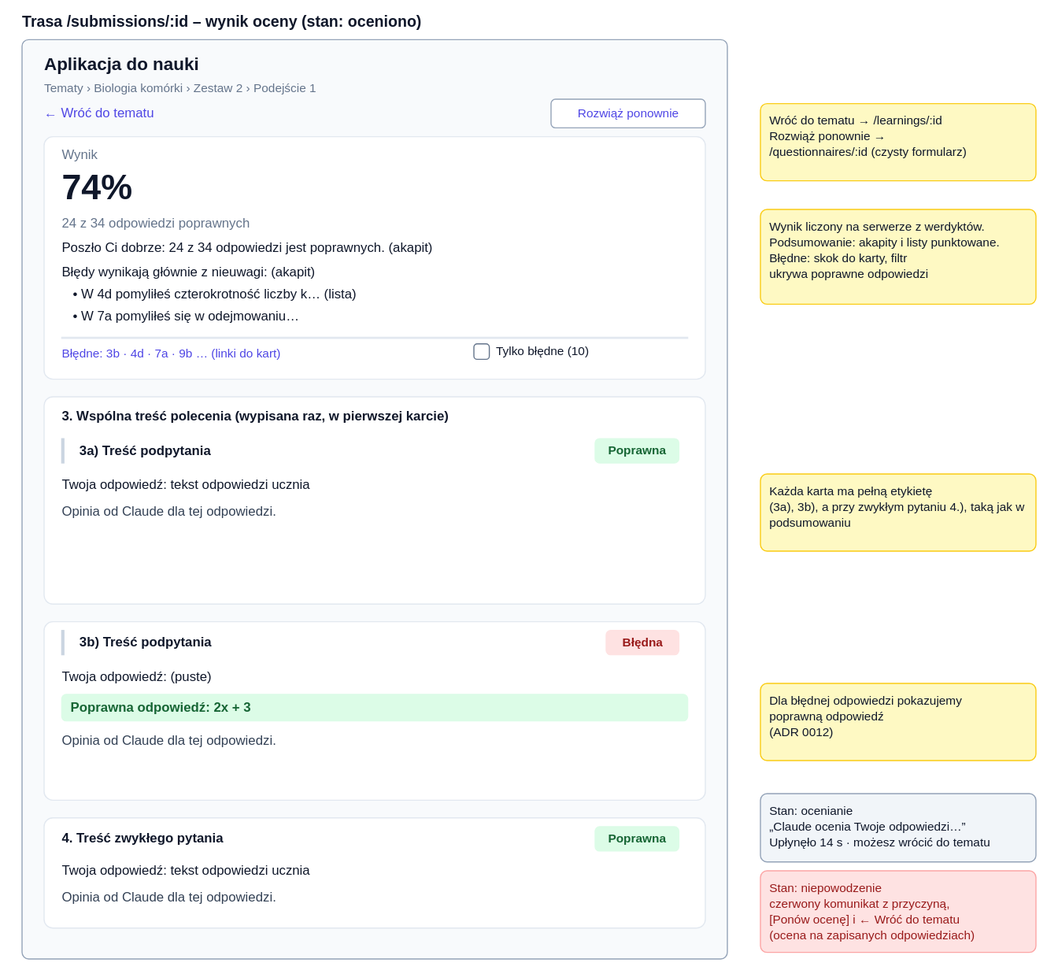
The draw.io diagram docs/diagrams/page-submission.drawio.svg in ppawlik/learning_app, before a commit. Source tidied: cells renumbered, new cells last; positions are measured from the earlier drawing's top-left corner, leaving out a move shared by most shapes.
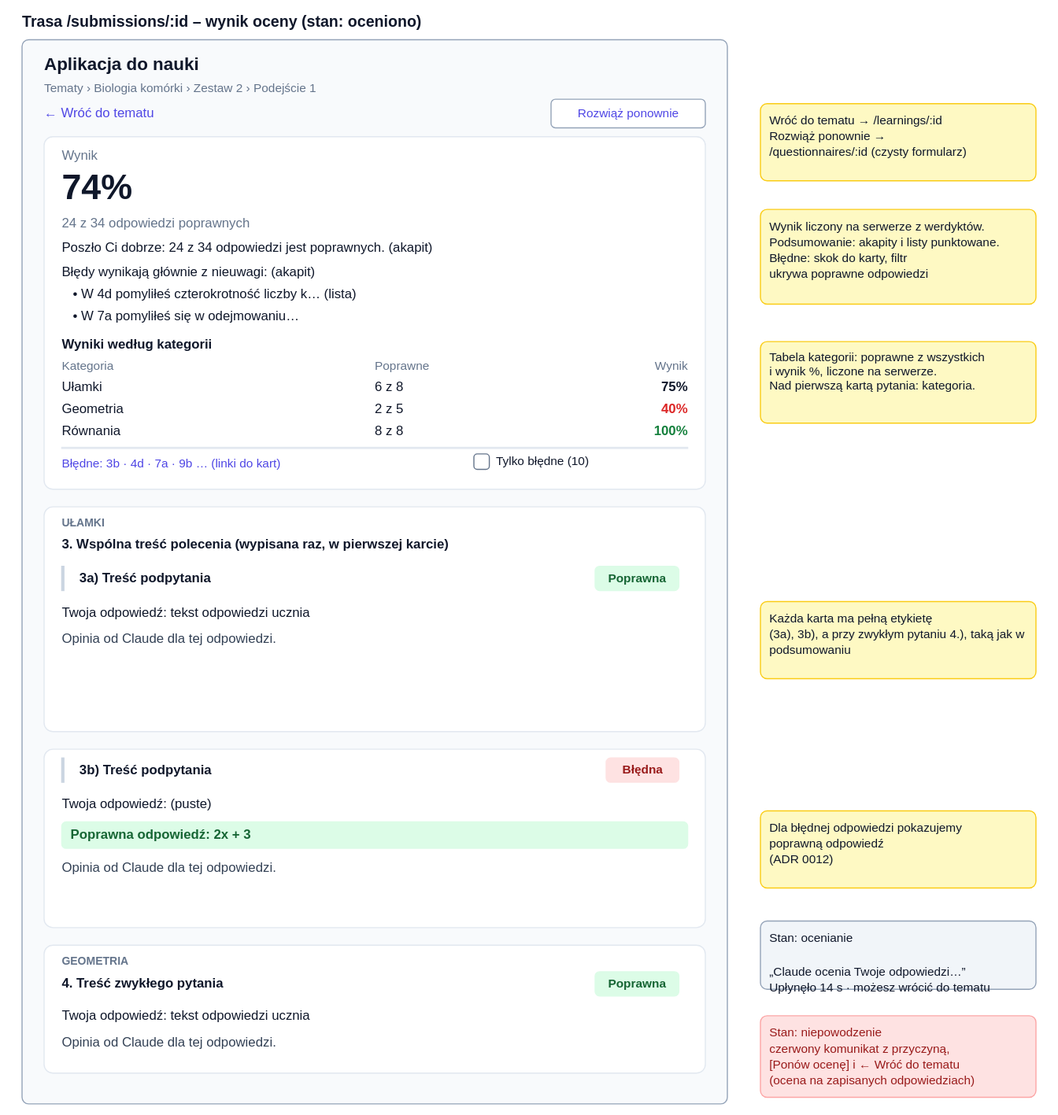
Above is the later version.

Commit message:
Update topic and submission page diagrams for categories

What changed in the source:
```diff
@@ -6,7 +6,7 @@
       <mxGeometry width="640" height="24" as="geometry" />
     </mxCell>
     <mxCell id="3" style="whiteSpace=wrap;html=0;rounded=1;absoluteArcSize=1;arcSize=12;fillColor=#f8fafc;strokeColor=#94a3b8;strokeWidth=1;fontSize=12;fontColor=#0f172a;align=center;verticalAlign=middle;spacingLeft=10;spacingRight=10;spacingTop=0;" parent="1" vertex="1">
-      <mxGeometry y="28" width="640" height="834" as="geometry" />
+      <mxGeometry y="28" width="640" height="966" as="geometry" />
     </mxCell>
     <mxCell id="4" value="Aplikacja do nauki" style="whiteSpace=wrap;html=0;fillColor=none;strokeColor=none;fontSize=16;fontColor=#0f172a;align=left;verticalAlign=middle;spacingLeft=0;spacingRight=0;spacingTop=0;fontStyle=1;" parent="1" vertex="1">
       <mxGeometry x="20" y="38" width="300" height="26" as="geometry" />
@@ -21,7 +21,7 @@
       <mxGeometry x="480" y="82" width="140" height="26" as="geometry" />
     </mxCell>
     <mxCell id="8" style="whiteSpace=wrap;html=0;rounded=1;absoluteArcSize=1;arcSize=16;fillColor=#ffffff;strokeColor=#e2e8f0;strokeWidth=1;fontSize=12;fontColor=#0f172a;align=center;verticalAlign=middle;spacingLeft=10;spacingRight=10;spacingTop=0;" parent="1" vertex="1">
-      <mxGeometry x="20" y="116" width="600" height="220" as="geometry" />
+      <mxGeometry x="20" y="116" width="600" height="320" as="geometry" />
     </mxCell>
     <mxCell id="9" value="Wynik" style="whiteSpace=wrap;html=0;fillColor=none;strokeColor=none;fontSize=12;fontColor=#64748b;align=left;verticalAlign=middle;spacingLeft=0;spacingRight=0;spacingTop=0;" parent="1" vertex="1">
       <mxGeometry x="36" y="124" width="300" height="18" as="geometry" />
@@ -45,73 +45,73 @@
       <mxGeometry x="46" y="270" width="560" height="18" as="geometry" />
     </mxCell>
     <mxCell id="16" style="whiteSpace=wrap;html=0;rounded=0;absoluteArcSize=1;arcSize=0;fillColor=#e2e8f0;strokeColor=#e2e8f0;strokeWidth=1;fontSize=12;fontColor=#0f172a;align=center;verticalAlign=middle;spacingLeft=10;spacingRight=10;spacingTop=0;" parent="1" vertex="1">
-      <mxGeometry x="36" y="298" width="568" height="1" as="geometry" />
+      <mxGeometry x="36" y="398" width="568" height="1" as="geometry" />
     </mxCell>
     <mxCell id="17" value="Błędne:  3b · 4d · 7a · 9b …  (linki do kart)" style="whiteSpace=wrap;html=0;fillColor=none;strokeColor=none;fontSize=11;fontColor=#4f46e5;align=left;verticalAlign=middle;spacingLeft=0;spacingRight=0;spacingTop=0;" parent="1" vertex="1">
-      <mxGeometry x="36" y="304" width="360" height="18" as="geometry" />
+      <mxGeometry x="36" y="404" width="360" height="18" as="geometry" />
     </mxCell>
     <mxCell id="18" style="whiteSpace=wrap;html=0;rounded=1;absoluteArcSize=1;arcSize=6;fillColor=#ffffff;strokeColor=#64748b;strokeWidth=1;fontSize=12;fontColor=#0f172a;align=center;verticalAlign=middle;spacingLeft=10;spacingRight=10;spacingTop=0;" parent="1" vertex="1">
-      <mxGeometry x="410" y="304" width="14" height="14" as="geometry" />
+      <mxGeometry x="410" y="404" width="14" height="14" as="geometry" />
     </mxCell>
     <mxCell id="19" value="Tylko błędne (10)" style="whiteSpace=wrap;html=0;fillColor=none;strokeColor=none;fontSize=11;fontColor=#0f172a;align=left;verticalAlign=middle;spacingLeft=0;spacingRight=0;spacingTop=0;" parent="1" vertex="1">
-      <mxGeometry x="430" y="302" width="180" height="18" as="geometry" />
+      <mxGeometry x="430" y="402" width="180" height="18" as="geometry" />
     </mxCell>
     <mxCell id="20" style="whiteSpace=wrap;html=0;rounded=1;absoluteArcSize=1;arcSize=16;fillColor=#ffffff;strokeColor=#e2e8f0;strokeWidth=1;fontSize=12;fontColor=#0f172a;align=center;verticalAlign=middle;spacingLeft=10;spacingRight=10;spacingTop=0;" parent="1" vertex="1">
-      <mxGeometry x="20" y="352" width="600" height="188" as="geometry" />
+      <mxGeometry x="20" y="452" width="600" height="204" as="geometry" />
     </mxCell>
     <mxCell id="21" value="3. Wspólna treść polecenia  (wypisana raz, w pierwszej karcie)" style="whiteSpace=wrap;html=0;fillColor=none;strokeColor=none;fontSize=12;fontColor=#0f172a;align=left;verticalAlign=middle;spacingLeft=0;spacingRight=0;spacingTop=0;fontStyle=1;" parent="1" vertex="1">
-      <mxGeometry x="36" y="360" width="560" height="20" as="geometry" />
+      <mxGeometry x="36" y="476" width="560" height="20" as="geometry" />
     </mxCell>
     <mxCell id="22" style="whiteSpace=wrap;html=0;rounded=0;absoluteArcSize=1;arcSize=0;fillColor=#cbd5e1;strokeColor=#cbd5e1;strokeWidth=1;fontSize=12;fontColor=#0f172a;align=center;verticalAlign=middle;spacingLeft=10;spacingRight=10;spacingTop=0;" parent="1" vertex="1">
-      <mxGeometry x="36" y="390" width="2" height="22" as="geometry" />
+      <mxGeometry x="36" y="506" width="2" height="22" as="geometry" />
     </mxCell>
     <mxCell id="23" value="3a)  Treść podpytania" style="whiteSpace=wrap;html=0;fillColor=none;strokeColor=none;fontSize=12;fontColor=#0f172a;align=left;verticalAlign=middle;spacingLeft=0;spacingRight=0;spacingTop=0;fontStyle=1;" parent="1" vertex="1">
-      <mxGeometry x="52" y="390" width="420" height="22" as="geometry" />
+      <mxGeometry x="52" y="506" width="420" height="22" as="geometry" />
     </mxCell>
     <mxCell id="24" value="Poprawna" style="whiteSpace=wrap;html=0;rounded=1;absoluteArcSize=1;arcSize=8;fillColor=#dcfce7;strokeColor=#dcfce7;strokeWidth=1;fontSize=11;fontColor=#166534;align=center;verticalAlign=middle;spacingLeft=10;spacingRight=10;spacingTop=0;fontStyle=1;" parent="1" vertex="1">
-      <mxGeometry x="520" y="390" width="76" height="22" as="geometry" />
+      <mxGeometry x="520" y="506" width="76" height="22" as="geometry" />
     </mxCell>
     <mxCell id="25" value="Twoja odpowiedź: tekst odpowiedzi ucznia" style="whiteSpace=wrap;html=0;fillColor=none;strokeColor=none;fontSize=12;fontColor=#0f172a;align=left;verticalAlign=middle;spacingLeft=0;spacingRight=0;spacingTop=0;" parent="1" vertex="1">
-      <mxGeometry x="36" y="422" width="560" height="20" as="geometry" />
+      <mxGeometry x="36" y="538" width="560" height="20" as="geometry" />
     </mxCell>
     <mxCell id="26" value="Opinia od Claude dla tej odpowiedzi." style="whiteSpace=wrap;html=0;fillColor=none;strokeColor=none;fontSize=12;fontColor=#334155;align=left;verticalAlign=middle;spacingLeft=0;spacingRight=0;spacingTop=0;" parent="1" vertex="1">
-      <mxGeometry x="36" y="446" width="560" height="20" as="geometry" />
+      <mxGeometry x="36" y="562" width="560" height="20" as="geometry" />
     </mxCell>
     <mxCell id="27" style="whiteSpace=wrap;html=0;rounded=1;absoluteArcSize=1;arcSize=16;fillColor=#ffffff;strokeColor=#e2e8f0;strokeWidth=1;fontSize=12;fontColor=#0f172a;align=center;verticalAlign=middle;spacingLeft=10;spacingRight=10;spacingTop=0;" parent="1" vertex="1">
-      <mxGeometry x="20" y="556" width="600" height="162" as="geometry" />
+      <mxGeometry x="20" y="672" width="600" height="162" as="geometry" />
     </mxCell>
     <mxCell id="28" style="whiteSpace=wrap;html=0;rounded=0;absoluteArcSize=1;arcSize=0;fillColor=#cbd5e1;strokeColor=#cbd5e1;strokeWidth=1;fontSize=12;fontColor=#0f172a;align=center;verticalAlign=middle;spacingLeft=10;spacingRight=10;spacingTop=0;" parent="1" vertex="1">
-      <mxGeometry x="36" y="564" width="2" height="22" as="geometry" />
+      <mxGeometry x="36" y="680" width="2" height="22" as="geometry" />
     </mxCell>
     <mxCell id="29" value="3b)  Treść podpytania" style="whiteSpace=wrap;html=0;fillColor=none;strokeColor=none;fontSize=12;fontColor=#0f172a;align=left;verticalAlign=middle;spacingLeft=0;spacingRight=0;spacingTop=0;fontStyle=1;" parent="1" vertex="1">
-      <mxGeometry x="52" y="564" width="420" height="22" as="geometry" />
+      <mxGeometry x="52" y="680" width="420" height="22" as="geometry" />
     </mxCell>
     <mxCell id="30" value="Błędna" style="whiteSpace=wrap;html=0;rounded=1;absoluteArcSize=1;arcSize=8;fillColor=#fee2e2;strokeColor=#fee2e2;strokeWidth=1;fontSize=11;fontColor=#991b1b;align=center;verticalAlign=middle;spacingLeft=10;spacingRight=10;spacingTop=0;fontStyle=1;" parent="1" vertex="1">
-      <mxGeometry x="530" y="564" width="66" height="22" as="geometry" />
+      <mxGeometry x="530" y="680" width="66" height="22" as="geometry" />
     </mxCell>
     <mxCell id="31" value="Twoja odpowiedź: (puste)" style="whiteSpace=wrap;html=0;fillColor=none;strokeColor=none;fontSize=12;fontColor=#0f172a;align=left;verticalAlign=middle;spacingLeft=0;spacingRight=0;spacingTop=0;" parent="1" vertex="1">
-      <mxGeometry x="36" y="596" width="560" height="20" as="geometry" />
+      <mxGeometry x="36" y="712" width="560" height="20" as="geometry" />
     </mxCell>
     <mxCell id="32" value="Poprawna odpowiedź: 2x + 3" style="whiteSpace=wrap;html=0;rounded=1;absoluteArcSize=1;arcSize=8;fillColor=#dcfce7;strokeColor=#dcfce7;strokeWidth=1;fontSize=12;fontColor=#166534;align=left;verticalAlign=middle;spacingLeft=8;spacingRight=8;spacingTop=0;fontStyle=1;" parent="1" vertex="1">
-      <mxGeometry x="36" y="622" width="568" height="24" as="geometry" />
+      <mxGeometry x="36" y="738" width="568" height="24" as="geometry" />
     </mxCell>
     <mxCell id="33" value="Opinia od Claude dla tej odpowiedzi." style="whiteSpace=wrap;html=0;fillColor=none;strokeColor=none;fontSize=12;fontColor=#334155;align=left;verticalAlign=middle;spacingLeft=0;spacingRight=0;spacingTop=0;" parent="1" vertex="1">
-      <mxGeometry x="36" y="654" width="560" height="20" as="geometry" />
+      <mxGeometry x="36" y="770" width="560" height="20" as="geometry" />
     </mxCell>
     <mxCell id="34" style="whiteSpace=wrap;html=0;rounded=1;absoluteArcSize=1;arcSize=16;fillColor=#ffffff;strokeColor=#e2e8f0;strokeWidth=1;fontSize=12;fontColor=#0f172a;align=center;verticalAlign=middle;spacingLeft=10;spacingRight=10;spacingTop=0;" parent="1" vertex="1">
-      <mxGeometry x="20" y="734" width="600" height="100" as="geometry" />
+      <mxGeometry x="20" y="850" width="600" height="116" as="geometry" />
     </mxCell>
     <mxCell id="35" value="4.  Treść zwykłego pytania" style="whiteSpace=wrap;html=0;fillColor=none;strokeColor=none;fontSize=12;fontColor=#0f172a;align=left;verticalAlign=middle;spacingLeft=0;spacingRight=0;spacingTop=0;fontStyle=1;" parent="1" vertex="1">
-      <mxGeometry x="36" y="742" width="420" height="22" as="geometry" />
+      <mxGeometry x="36" y="874" width="420" height="22" as="geometry" />
     </mxCell>
     <mxCell id="36" value="Poprawna" style="whiteSpace=wrap;html=0;rounded=1;absoluteArcSize=1;arcSize=8;fillColor=#dcfce7;strokeColor=#dcfce7;strokeWidth=1;fontSize=11;fontColor=#166534;align=center;verticalAlign=middle;spacingLeft=10;spacingRight=10;spacingTop=0;fontStyle=1;" parent="1" vertex="1">
-      <mxGeometry x="520" y="742" width="76" height="22" as="geometry" />
+      <mxGeometry x="520" y="874" width="76" height="22" as="geometry" />
     </mxCell>
     <mxCell id="37" value="Twoja odpowiedź: tekst odpowiedzi ucznia" style="whiteSpace=wrap;html=0;fillColor=none;strokeColor=none;fontSize=12;fontColor=#0f172a;align=left;verticalAlign=middle;spacingLeft=0;spacingRight=0;spacingTop=0;" parent="1" vertex="1">
-      <mxGeometry x="36" y="772" width="560" height="20" as="geometry" />
+      <mxGeometry x="36" y="904" width="560" height="20" as="geometry" />
     </mxCell>
     <mxCell id="38" value="Opinia od Claude dla tej odpowiedzi." style="whiteSpace=wrap;html=0;fillColor=none;strokeColor=none;fontSize=12;fontColor=#334155;align=left;verticalAlign=middle;spacingLeft=0;spacingRight=0;spacingTop=0;" parent="1" vertex="1">
-      <mxGeometry x="36" y="796" width="560" height="20" as="geometry" />
+      <mxGeometry x="36" y="928" width="560" height="20" as="geometry" />
     </mxCell>
     <mxCell id="39" value="Wróć do tematu → /learnings/:id&#10;Rozwiąż ponownie →&#10;/questionnaires/:id (czysty formularz)" style="whiteSpace=wrap;html=0;rounded=1;absoluteArcSize=1;arcSize=12;fillColor=#fef9c3;strokeColor=#facc15;strokeWidth=1;fontSize=11;fontColor=#0f172a;align=left;verticalAlign=top;spacingLeft=8;spacingRight=8;spacingTop=8;" parent="1" vertex="1">
       <mxGeometry x="670" y="86" width="250" height="70" as="geometry" />
@@ -120,16 +120,64 @@
       <mxGeometry x="670" y="182" width="250" height="86" as="geometry" />
     </mxCell>
     <mxCell id="41" value="Każda karta ma pełną etykietę&#10;(3a), 3b), a przy zwykłym pytaniu 4.), taką jak w&#10;podsumowaniu" style="whiteSpace=wrap;html=0;rounded=1;absoluteArcSize=1;arcSize=12;fillColor=#fef9c3;strokeColor=#facc15;strokeWidth=1;fontSize=11;fontColor=#0f172a;align=left;verticalAlign=top;spacingLeft=8;spacingRight=8;spacingTop=8;" parent="1" vertex="1">
-      <mxGeometry x="670" y="422" width="250" height="70" as="geometry" />
+      <mxGeometry x="670" y="538" width="250" height="70" as="geometry" />
     </mxCell>
     <mxCell id="42" value="Dla błędnej odpowiedzi pokazujemy&#10;poprawną odpowiedź&#10;(ADR 0012)" style="whiteSpace=wrap;html=0;rounded=1;absoluteArcSize=1;arcSize=12;fillColor=#fef9c3;strokeColor=#facc15;strokeWidth=1;fontSize=11;fontColor=#0f172a;align=left;verticalAlign=top;spacingLeft=8;spacingRight=8;spacingTop=8;" parent="1" vertex="1">
-      <mxGeometry x="670" y="612" width="250" height="70" as="geometry" />
+      <mxGeometry x="670" y="728" width="250" height="70" as="geometry" />
     </mxCell>
     <mxCell id="43" value="Stan: ocenianie&#10;„Claude ocenia Twoje odpowiedzi…”&#10;Upłynęło 14 s · możesz wrócić do tematu" style="whiteSpace=wrap;html=0;rounded=1;absoluteArcSize=1;arcSize=12;fillColor=#f1f5f9;strokeColor=#94a3b8;strokeWidth=1;fontSize=11;fontColor=#0f172a;align=left;verticalAlign=top;spacingLeft=8;spacingRight=8;spacingTop=8;" parent="1" vertex="1">
-      <mxGeometry x="670" y="712" width="250" height="62" as="geometry" />
+      <mxGeometry x="670" y="828" width="250" height="62" as="geometry" />
     </mxCell>
     <mxCell id="44" value="Stan: niepowodzenie&#10;czerwony komunikat z przyczyną,&#10;[Ponów ocenę] i ← Wróć do tematu&#10;(ocena na zapisanych odpowiedziach)" style="whiteSpace=wrap;html=0;rounded=1;absoluteArcSize=1;arcSize=12;fillColor=#fee2e2;strokeColor=#fca5a5;strokeWidth=1;fontSize=11;fontColor=#991b1b;align=left;verticalAlign=top;spacingLeft=8;spacingRight=8;spacingTop=8;" parent="1" vertex="1">
-      <mxGeometry x="670" y="782" width="250" height="74" as="geometry" />
+      <mxGeometry x="670" y="914" width="250" height="74" as="geometry" />
     </mxCell>
+    <mxCell id="45" value="Wyniki według kategorii" style="whiteSpace=wrap;html=0;fillColor=none;strokeColor=none;fontSize=12;fontColor=#0f172a;align=left;verticalAlign=middle;spacingLeft=0;spacingRight=0;spacingTop=0;fontStyle=1;" parent="1" vertex="1">
+      <mxGeometry x="36" y="296" width="300" height="18" as="geometry" />
+    </mxCell>
+    <mxCell id="46" value="Kategoria" style="whiteSpace=wrap;html=0;fillColor=none;strokeColor=none;fontSize=11;fontColor=#64748b;align=left;verticalAlign=middle;spacingLeft=0;spacingRight=0;spacingTop=0;" parent="1" vertex="1">
+      <mxGeometry x="36" y="316" width="260" height="16" as="geometry" />
+    </mxCell>
+    <mxCell id="47" value="Poprawne" style="whiteSpace=wrap;html=0;fillColor=none;strokeColor=none;fontSize=11;fontColor=#64748b;align=left;verticalAlign=middle;spacingLeft=0;spacingRight=0;spacingTop=0;" parent="1" vertex="1">
+      <mxGeometry x="320" y="316" width="120" height="16" as="geometry" />
+    </mxCell>
+    <mxCell id="48" value="Wynik" style="whiteSpace=wrap;html=0;fillColor=none;strokeColor=none;fontSize=11;fontColor=#64748b;align=right;verticalAlign=middle;spacingLeft=0;spacingRight=0;spacingTop=0;" parent="1" vertex="1">
+      <mxGeometry x="480" y="316" width="124" height="16" as="geometry" />
+    </mxCell>
+    <mxCell id="49" value="Ułamki" style="whiteSpace=wrap;html=0;fillColor=none;strokeColor=none;fontSize=12;fontColor=#0f172a;align=left;verticalAlign=middle;spacingLeft=0;spacingRight=0;spacingTop=0;" parent="1" vertex="1">
+      <mxGeometry x="36" y="334" width="260" height="18" as="geometry" />
+    </mxCell>
+    <mxCell id="50" value="6 z 8" style="whiteSpace=wrap;html=0;fillColor=none;strokeColor=none;fontSize=12;fontColor=#0f172a;align=left;verticalAlign=middle;spacingLeft=0;spacingRight=0;spacingTop=0;" parent="1" vertex="1">
+      <mxGeometry x="320" y="334" width="120" height="18" as="geometry" />
+    </mxCell>
+    <mxCell id="51" value="75%" style="whiteSpace=wrap;html=0;fillColor=none;strokeColor=none;fontSize=12;fontColor=#0f172a;align=right;verticalAlign=middle;spacingLeft=0;spacingRight=0;spacingTop=0;fontStyle=1;" parent="1" vertex="1">
+      <mxGeometry x="480" y="334" width="124" height="18" as="geometry" />
+    </mxCell>
+    <mxCell id="52" value="Geometria" style="whiteSpace=wrap;html=0;fillColor=none;strokeColor=none;fontSize=12;fontColor=#0f172a;align=left;verticalAlign=middle;spacingLeft=0;spacingRight=0;spacingTop=0;" parent="1" vertex="1">
+      <mxGeometry x="36" y="354" width="260" height="18" as="geometry" />
+    </mxCell>
+    <mxCell id="53" value="2 z 5" style="whiteSpace=wrap;html=0;fillColor=none;strokeColor=none;fontSize=12;fontColor=#0f172a;align=left;verticalAlign=middle;spacingLeft=0;spacingRight=0;spacingTop=0;" parent="1" vertex="1">
+      <mxGeometry x="320" y="354" width="120" height="18" as="geometry" />
+    </mxCell>
+    <mxCell id="54" value="40%" style="whiteSpace=wrap;html=0;fillColor=none;strokeColor=none;fontSize=12;fontColor=#dc2626;align=right;verticalAlign=middle;spacingLeft=0;spacingRight=0;spacingTop=0;fontStyle=1;" parent="1" vertex="1">
+      <mxGeometry x="480" y="354" width="124" height="18" as="geometry" />
+    </mxCell>
+    <mxCell id="55" value="Równania" style="whiteSpace=wrap;html=0;fillColor=none;strokeColor=none;fontSize=12;fontColor=#0f172a;align=left;verticalAlign=middle;spacingLeft=0;spacingRight=0;spacingTop=0;" parent="1" vertex="1">
+      <mxGeometry x="36" y="374" width="260" height="18" as="geometry" />
+    </mxCell>
+    <mxCell id="56" value="8 z 8" style="whiteSpace=wrap;html=0;fillColor=none;strokeColor=none;fontSize=12;fontColor=#0f172a;align=left;verticalAlign=middle;spacingLeft=0;spacingRight=0;spacingTop=0;" parent="1" vertex="1">
+      <mxGeometry x="320" y="374" width="120" height="18" as="geometry" />
+    </mxCell>
+    <mxCell id="57" value="100%" style="whiteSpace=wrap;html=0;fillColor=none;strokeColor=none;fontSize=12;fontColor=#15803d;align=right;verticalAlign=middle;spacingLeft=0;spacingRight=0;spacingTop=0;fontStyle=1;" parent="1" vertex="1">
+      <mxGeometry x="480" y="374" width="124" height="18" as="geometry" />
+    </mxCell>
+    <mxCell id="58" value="UŁAMKI" style="whiteSpace=wrap;html=0;fillColor=none;strokeColor=none;fontSize=10;fontColor=#64748b;align=left;verticalAlign=middle;spacingLeft=0;spacingRight=0;spacingTop=0;fontStyle=1;" parent="1" vertex="1">
+      <mxGeometry x="36" y="460" width="300" height="14" as="geometry" />
+    </mxCell>
+    <mxCell id="59" value="GEOMETRIA" style="whiteSpace=wrap;html=0;fillColor=none;strokeColor=none;fontSize=10;fontColor=#64748b;align=left;verticalAlign=middle;spacingLeft=0;spacingRight=0;spacingTop=0;fontStyle=1;" parent="1" vertex="1">
+      <mxGeometry x="36" y="858" width="300" height="14" as="geometry" />
+    </mxCell>
+    <mxCell id="60" value="Tabela kategorii: poprawne z wszystkich i wynik %, liczone na serwerze. Nad pierwszą kartą pytania: kategoria." style="whiteSpace=wrap;html=0;rounded=1;absoluteArcSize=1;arcSize=12;fillColor=#fef9c3;strokeColor=#facc15;strokeWidth=1;fontSize=11;fontColor=#0f172a;align=left;verticalAlign=top;spacingLeft=8;spacingRight=8;spacingTop=8;" parent="1" vertex="1">
+      <mxGeometry x="670" y="302" width="250" height="74" as="geometry" />
+    </mxCell>
   </root>
 </mxGraphModel>
```
